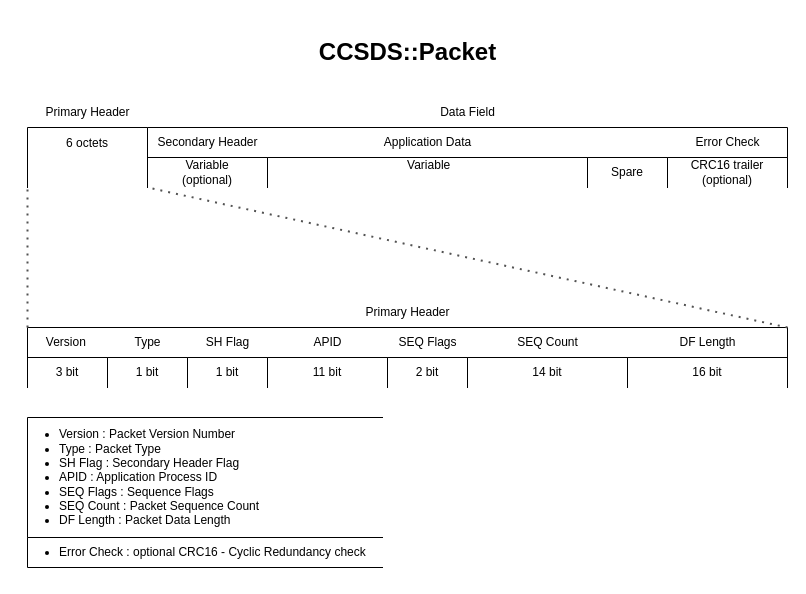
The draw.io diagram docs/imgs/ccsdsPacket.drawio in ExoSpaceLabs/CCSDSPack, before the edit. Source tidied: cells renumbered, new cells numbered last; positions are measured from the earlier drawing's top-left corner, leaving out a move shared by most shapes. Both pictures are drawn from the tidied source at 100%, with x=0, y=0 at pixel (17, 17).
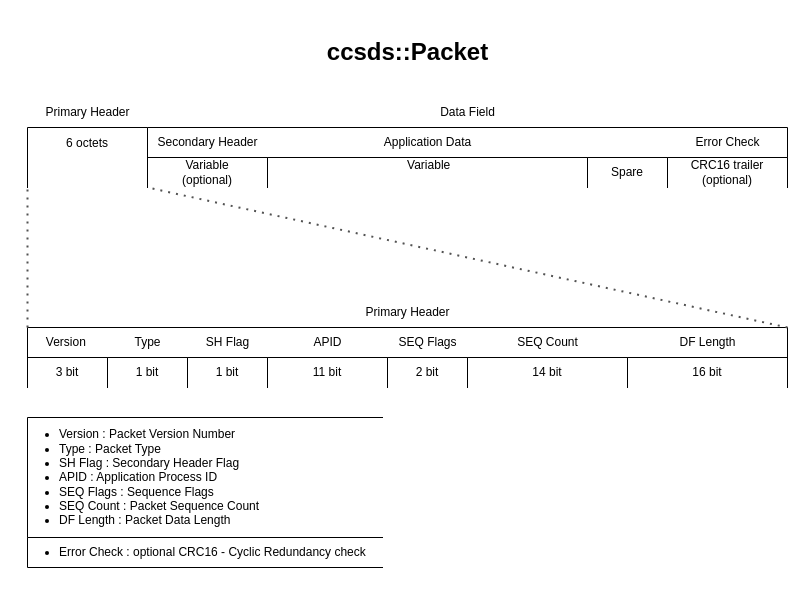
The same page after the edit.

Change to the diagram source:
```diff
@@
-    <mxCell id="33" value="&lt;h1&gt;CCSDS::Packet&lt;/h1&gt;" style="text;html=1;align=center;verticalAlign=middle;strokeColor=none;fillColor=none;" parent="1" vertex="1">
+    <mxCell id="33" value="&lt;h1&gt;ccsds::Packet&lt;/h1&gt;" style="text;html=1;align=center;verticalAlign=middle;strokeColor=none;fillColor=none;" parent="1" vertex="1">
       <mxGeometry x="290" width="200" height="70" as="geometry" />
     </mxCell>
```
